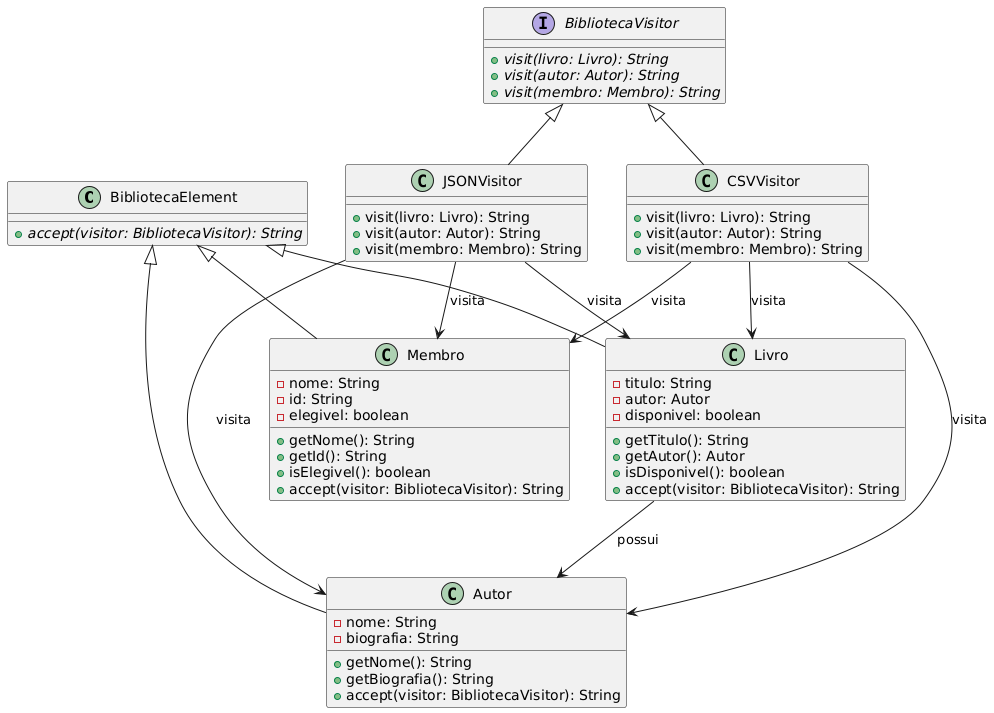
Before: Diagrama_de_Classes_Visitor.png, a diagram exported from PlantUML (FilipeBrinati/Exerc_Visitor). The source it was exported from:
```plantuml
@startuml
class BibliotecaElement {
    + {abstract} accept(visitor: BibliotecaVisitor): String
}

class Livro {
    - titulo: String
    - autor: Autor
    - disponivel: boolean
    + getTitulo(): String
    + getAutor(): Autor
    + isDisponivel(): boolean
    + accept(visitor: BibliotecaVisitor): String
}

class Autor {
    - nome: String
    - biografia: String
    + getNome(): String
    + getBiografia(): String
    + accept(visitor: BibliotecaVisitor): String
}

class Membro {
    - nome: String
    - id: String
    - elegivel: boolean
    + getNome(): String
    + getId(): String
    + isElegivel(): boolean
    + accept(visitor: BibliotecaVisitor): String
}

interface BibliotecaVisitor {
    + {abstract} visit(livro: Livro): String
    + {abstract} visit(autor: Autor): String
    + {abstract} visit(membro: Membro): String
}

class CSVVisitor {
    + visit(livro: Livro): String
    + visit(autor: Autor): String
    + visit(membro: Membro): String
}

class JSONVisitor {
    + visit(livro: Livro): String
    + visit(autor: Autor): String
    + visit(membro: Membro): String
}

BibliotecaElement <|-- Livro
BibliotecaElement <|-- Autor
BibliotecaElement <|-- Membro

BibliotecaVisitor <|-- CSVVisitor
BibliotecaVisitor <|-- JSONVisitor

Livro --> Autor : possui
CSVVisitor --> Livro : visita
CSVVisitor --> Autor : visita
CSVVisitor --> Membro : visita
JSONVisitor --> Livro : visita
JSONVisitor --> Autor : visita
JSONVisitor --> Membro : visita
@enduml
```
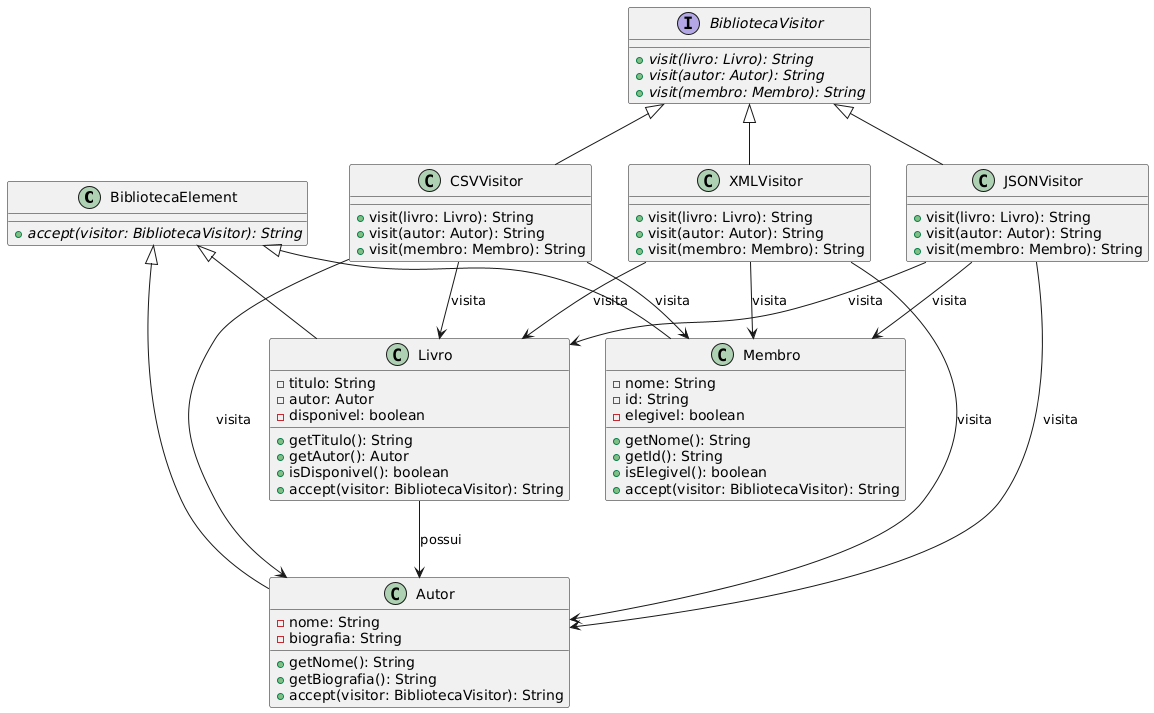
Later version of the same file.

The edit, as a diff of the source:
```diff
@@ -49,12 +49,19 @@
     + visit(membro: Membro): String
 }
 
+class XMLVisitor {
+    + visit(livro: Livro): String
+    + visit(autor: Autor): String
+    + visit(membro: Membro): String
+}
+
 BibliotecaElement <|-- Livro
 BibliotecaElement <|-- Autor
 BibliotecaElement <|-- Membro
 
 BibliotecaVisitor <|-- CSVVisitor
 BibliotecaVisitor <|-- JSONVisitor
+BibliotecaVisitor <|-- XMLVisitor
 
 Livro --> Autor : possui
 CSVVisitor --> Livro : visita
@@ -63,4 +70,7 @@
 JSONVisitor --> Livro : visita
 JSONVisitor --> Autor : visita
 JSONVisitor --> Membro : visita
+XMLVisitor --> Livro : visita
+XMLVisitor --> Autor : visita
+XMLVisitor --> Membro : visita
 @enduml
```
